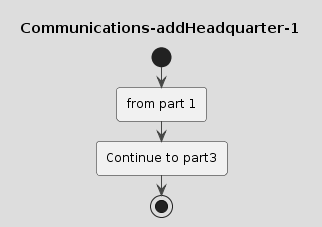
Earlier version of the PlantUML export drawings/Communications-addHeadquarter-1.png (coding-to-music/plantuml-diagram-examples). The source it was exported from:
```plantuml
@startuml Communications-addHeadquarter-1
!theme toy
title Communications-addHeadquarter-1
start

:from part 1;









:Continue to part3;
stop
@enduml
```
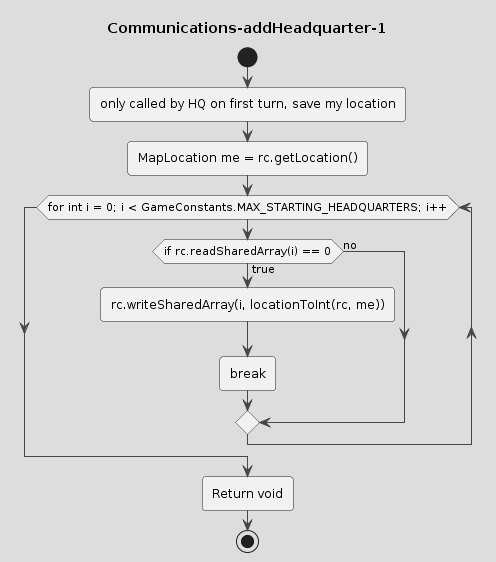
Later version of the same file.

What changed in the source:
```diff
@@ -2,17 +2,26 @@
 !theme toy
 title Communications-addHeadquarter-1
 start
-
-:from part 1;
 
 
 
 
 
 
+:only called by HQ on first turn, save my location;
+
+:MapLocation me = rc.getLocation();
+while (for int i = 0; i < GameConstants.MAX_STARTING_HEADQUARTERS; i++)
+    if (if rc.readSharedArray(i) == 0)  then (true)
+        :rc.writeSharedArray(i, locationToInt(rc, me));
+        :break;
+    else (no)
+    endif
+endwhile
 
 
 
-:Continue to part3;
+
+:Return void;
 stop
 @enduml
```
